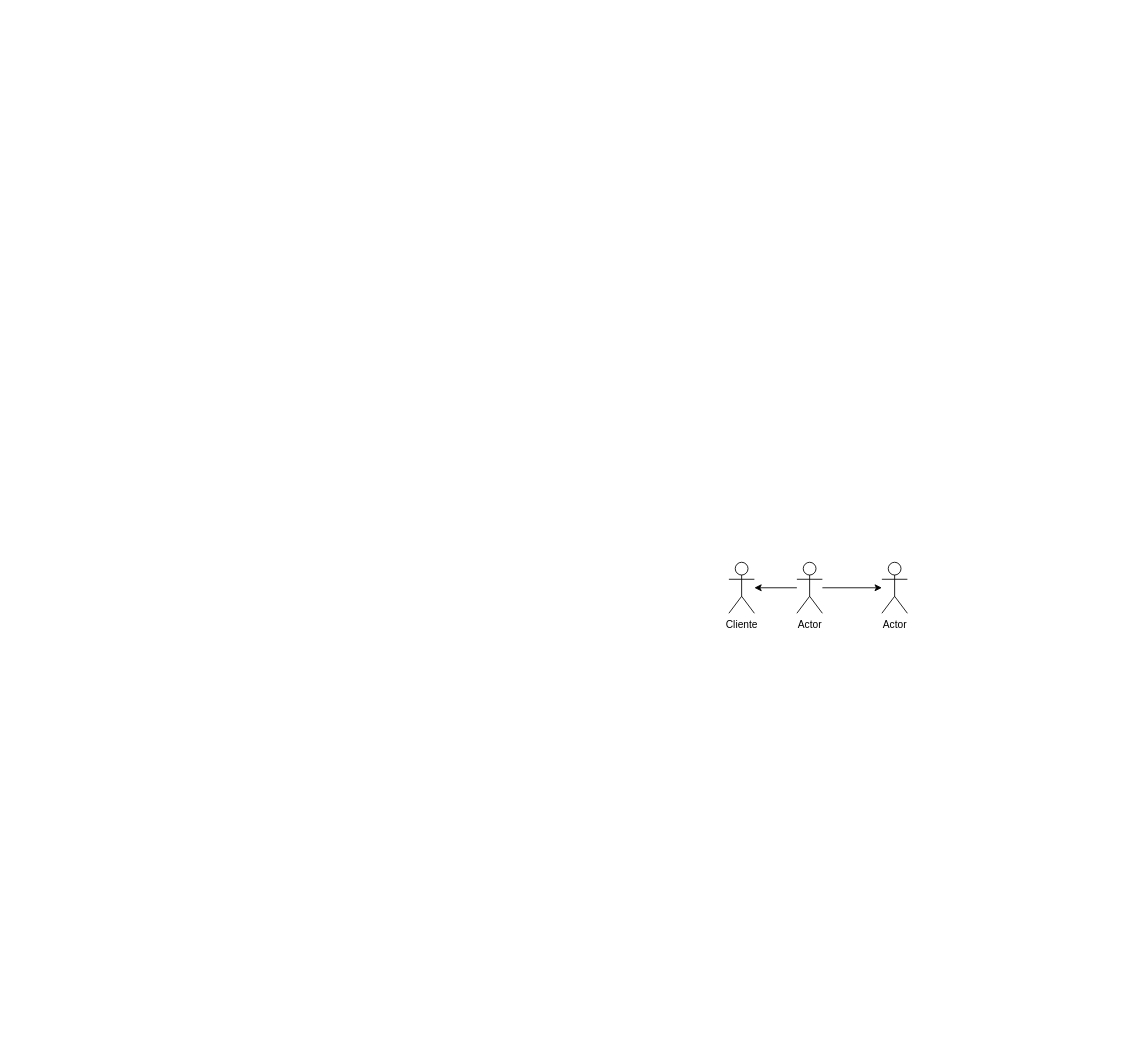
Seraphiimz/Diagrams keeps this draw.io diagram as APS1.drawio. Above is the earlier version. Source tidied: cells renumbered, new cells numbered last; positions are measured from the earlier drawing's top-left corner, leaving out a move shared by most shapes. Both pictures are drawn from the tidied source at 85%, with x=0, y=0 at pixel (728, 562).
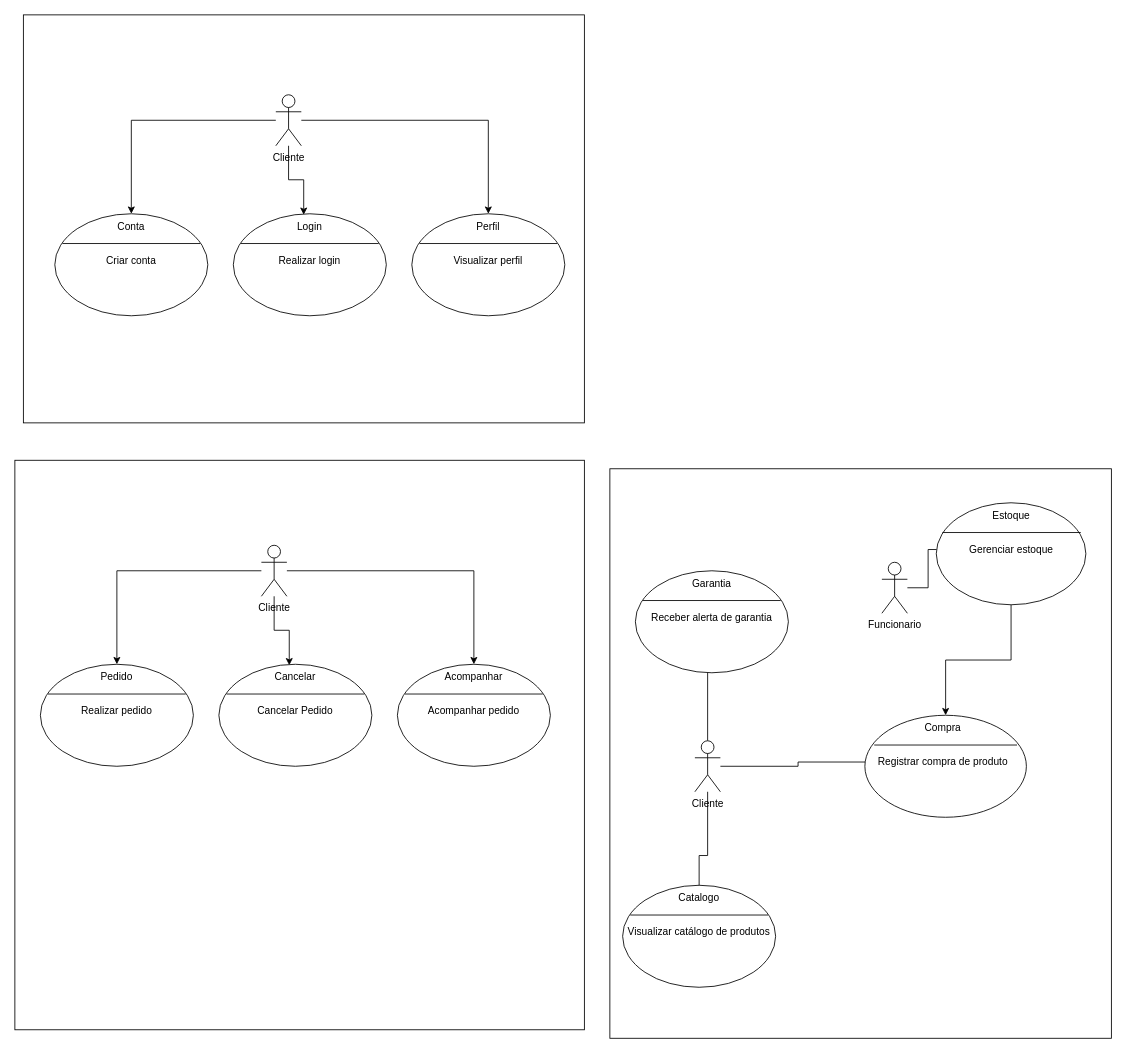
The same page after the edit.

Diff of the diagram source:
```diff
@@
+    <mxCell id="7" style="rounded=0;whiteSpace=wrap;html=1;" parent="1" vertex="1">
+      <mxGeometry x="-140" y="-110" width="590" height="670" as="geometry" />
+    </mxCell>
+    <mxCell id="8" style="edgeStyle=orthogonalEdgeStyle;rounded=0;jettySize=auto;html=1;entryX=0;entryY=0.5;entryDx=0;entryDy=0;" parent="1" edge="1" source="2" target="28">
+      <mxGeometry relative="1" as="geometry" />
+    </mxCell>
+    <mxCell id="9" style="edgeStyle=orthogonalEdgeStyle;rounded=0;jettySize=auto;html=1;" parent="1" edge="1" source="2" target="20">
+      <mxGeometry relative="1" as="geometry" />
+    </mxCell>
+    <mxCell id="10" style="edgeStyle=orthogonalEdgeStyle;rounded=0;jettySize=auto;html=1;" parent="1" edge="1" source="2" target="22">
+      <mxGeometry relative="1" as="geometry" />
+    </mxCell>
     <mxCell id="2" value="Cliente&lt;br&gt;" style="shape=umlActor;verticalLabelPosition=bottom;verticalAlign=top;html=1;" parent="1" vertex="1">
-      <mxGeometry width="30" height="60" as="geometry" />
+      <mxGeometry x="-40" y="210" width="30" height="60" as="geometry" />
     </mxCell>
-    <mxCell id="3" style="edgeStyle=orthogonalEdgeStyle;rounded=0;jettySize=auto;html=1;" parent="1" edge="1" source="5" target="2">
-      <mxGeometry relative="1" as="geometry" />
-    </mxCell>
-    <mxCell id="4" style="edgeStyle=orthogonalEdgeStyle;rounded=0;jettySize=auto;html=1;" parent="1" edge="1" source="5" target="6">
-      <mxGeometry relative="1" as="geometry" />
-    </mxCell>
-    <mxCell id="5" value="Actor" style="shape=umlActor;verticalLabelPosition=bottom;verticalAlign=top;html=1;" parent="1" vertex="1">
-      <mxGeometry x="80" width="30" height="60" as="geometry" />
-    </mxCell>
+    <mxCell id="11" style="edgeStyle=orthogonalEdgeStyle;rounded=0;jettySize=auto;html=1;" parent="1" edge="1" source="6" target="16">
+      <mxGeometry relative="1" as="geometry" />
+    </mxCell>
-    <mxCell id="6" value="Actor" style="shape=umlActor;verticalLabelPosition=bottom;verticalAlign=top;html=1;" parent="1" vertex="1">
+    <mxCell id="6" value="Funcionario" style="shape=umlActor;verticalLabelPosition=bottom;verticalAlign=top;html=1;" parent="1" vertex="1">
       <mxGeometry x="180" width="30" height="60" as="geometry" />
     </mxCell>
+    <mxCell id="12" style="edgeStyle=orthogonalEdgeStyle;rounded=0;jettySize=auto;html=1;" parent="1" edge="1" source="13" target="25">
+      <mxGeometry relative="1" as="geometry" />
+    </mxCell>
+    <mxCell id="13" style="shape=ellipse;horizontal=1;html=1;dashed=0;" parent="1" vertex="1">
+      <mxGeometry x="244" y="-70" width="176" height="120" as="geometry" />
+    </mxCell>
+    <mxCell id="14" value="Estoque" style="html=1;strokeColor=none;fillColor=none;align=center;verticalAlign=middle;whiteSpace=wrap;" parent="13" vertex="1">
+      <mxGeometry x="14.7" width="146.7" height="30" as="geometry" />
+    </mxCell>
+    <mxCell id="15" style="line;strokeWidth=1;fillColor=none;labelPosition=right;dashed=0;" parent="13" vertex="1">
+      <mxGeometry x="7.3" y="30" width="162.7" height="10" as="geometry" />
+    </mxCell>
+    <mxCell id="16" value="Gerenciar estoque" style="text;html=1;align=center;verticalAlign=middle;fillColor=none;strokeColor=none;whiteSpace=wrap;" parent="13" vertex="1">
+      <mxGeometry x="14.7" y="40" width="146.7" height="30" as="geometry" />
+    </mxCell>
+    <mxCell id="17" style="shape=ellipse;horizontal=1;html=1;dashed=0;" parent="1" vertex="1">
+      <mxGeometry x="-125" y="380" width="180" height="120" as="geometry" />
+    </mxCell>
+    <mxCell id="18" value="Catalogo" style="html=1;strokeColor=none;fillColor=none;align=center;verticalAlign=middle;whiteSpace=wrap;" parent="17" vertex="1">
+      <mxGeometry width="180" height="30" as="geometry" />
+    </mxCell>
+    <mxCell id="19" style="line;strokeWidth=1;fillColor=none;labelPosition=right;dashed=0;" parent="17" vertex="1">
+      <mxGeometry x="9" y="30" width="162" height="10" as="geometry" />
+    </mxCell>
+    <mxCell id="20" value="Visualizar catálogo de produtos" style="text;html=1;align=center;verticalAlign=middle;fillColor=none;strokeColor=none;whiteSpace=wrap;" parent="17" vertex="1">
+      <mxGeometry y="40" width="180" height="30" as="geometry" />
+    </mxCell>
+    <mxCell id="21" style="shape=ellipse;horizontal=1;html=1;dashed=0;" parent="1" vertex="1">
+      <mxGeometry x="-110" y="10" width="180" height="120" as="geometry" />
+    </mxCell>
+    <mxCell id="22" value="Garantia" style="html=1;strokeColor=none;fillColor=none;align=center;verticalAlign=middle;whiteSpace=wrap;" parent="21" vertex="1">
+      <mxGeometry width="180" height="30" as="geometry" />
+    </mxCell>
+    <mxCell id="23" style="line;strokeWidth=1;fillColor=none;labelPosition=right;dashed=0;" parent="21" vertex="1">
+      <mxGeometry x="9" y="30" width="162" height="10" as="geometry" />
+    </mxCell>
+    <mxCell id="24" value="Receber alerta de garantia" style="text;html=1;align=center;verticalAlign=middle;fillColor=none;strokeColor=none;whiteSpace=wrap;" parent="21" vertex="1">
+      <mxGeometry y="40" width="180" height="30" as="geometry" />
+    </mxCell>
+    <mxCell id="25" style="shape=ellipse;horizontal=1;html=1;dashed=0;" parent="1" vertex="1">
+      <mxGeometry x="160" y="180" width="190" height="120" as="geometry" />
+    </mxCell>
+    <mxCell id="26" value="Compra" style="html=1;strokeColor=none;fillColor=none;align=center;verticalAlign=middle;whiteSpace=wrap;" parent="25" vertex="1">
+      <mxGeometry x="12.8" width="158.3" height="30" as="geometry" />
+    </mxCell>
+    <mxCell id="27" style="line;strokeWidth=1;fillColor=none;labelPosition=right;dashed=0;" parent="25" vertex="1">
+      <mxGeometry x="11" y="30" width="168" height="10" as="geometry" />
+    </mxCell>
+    <mxCell id="28" value="Registrar compra de produto" style="text;html=1;align=center;verticalAlign=middle;fillColor=none;strokeColor=none;whiteSpace=wrap;" parent="25" vertex="1">
+      <mxGeometry x="12.8" y="40" width="158.3" height="30" as="geometry" />
+    </mxCell>
+    <mxCell id="29" style="whiteSpace=wrap;html=1;" parent="1" vertex="1">
+      <mxGeometry x="-840" y="-120" width="670" height="670" as="geometry" />
+    </mxCell>
+    <mxCell id="30" style="rounded=0;whiteSpace=wrap;html=1;" parent="1" vertex="1">
+      <mxGeometry x="-830" y="-644" width="660" height="480" as="geometry" />
+    </mxCell>
+    <mxCell id="31" style="edgeStyle=orthogonalEdgeStyle;rounded=0;jettySize=auto;html=1;" parent="1" edge="1" source="34" target="36">
+      <mxGeometry relative="1" as="geometry" />
+    </mxCell>
+    <mxCell id="32" style="edgeStyle=orthogonalEdgeStyle;rounded=0;jettySize=auto;html=1;" parent="1" edge="1" source="34" target="44">
+      <mxGeometry relative="1" as="geometry" />
+    </mxCell>
+    <mxCell id="33" style="edgeStyle=orthogonalEdgeStyle;rounded=0;jettySize=auto;html=1;entryX=0.46;entryY=0.041;entryDx=0;entryDy=0;entryPerimeter=0;" parent="1" edge="1" source="34" target="40">
+      <mxGeometry relative="1" as="geometry" />
+    </mxCell>
+    <mxCell id="34" value="Cliente" style="shape=umlActor;verticalLabelPosition=bottom;verticalAlign=top;html=1;" parent="1" vertex="1">
+      <mxGeometry x="-550" y="-20" width="30" height="60" as="geometry" />
+    </mxCell>
+    <mxCell id="35" style="shape=ellipse;horizontal=1;html=1;dashed=0;" parent="1" vertex="1">
+      <mxGeometry x="-810" y="120" width="180" height="120" as="geometry" />
+    </mxCell>
+    <mxCell id="36" value="Pedido" style="html=1;strokeColor=none;fillColor=none;align=center;verticalAlign=middle;whiteSpace=wrap;" parent="35" vertex="1">
+      <mxGeometry width="180" height="30" as="geometry" />
+    </mxCell>
+    <mxCell id="37" style="line;strokeWidth=1;fillColor=none;labelPosition=right;dashed=0;" parent="35" vertex="1">
+      <mxGeometry x="9" y="30" width="162" height="10" as="geometry" />
+    </mxCell>
+    <mxCell id="38" value="Realizar pedido" style="text;html=1;align=center;verticalAlign=middle;fillColor=none;strokeColor=none;whiteSpace=wrap;" parent="35" vertex="1">
+      <mxGeometry y="40" width="180" height="30" as="geometry" />
+    </mxCell>
+    <mxCell id="39" style="shape=ellipse;horizontal=1;html=1;dashed=0;" parent="1" vertex="1">
+      <mxGeometry x="-600" y="120" width="180" height="120" as="geometry" />
+    </mxCell>
+    <mxCell id="40" value="Cancelar" style="html=1;strokeColor=none;fillColor=none;align=center;verticalAlign=middle;whiteSpace=wrap;" parent="39" vertex="1">
+      <mxGeometry width="180" height="30" as="geometry" />
+    </mxCell>
+    <mxCell id="41" style="line;strokeWidth=1;fillColor=none;labelPosition=right;dashed=0;" parent="39" vertex="1">
+      <mxGeometry x="9" y="30" width="162" height="10" as="geometry" />
+    </mxCell>
+    <mxCell id="42" value="Cancelar Pedido" style="text;html=1;align=center;verticalAlign=middle;fillColor=none;strokeColor=none;whiteSpace=wrap;" parent="39" vertex="1">
+      <mxGeometry y="40" width="180" height="30" as="geometry" />
+    </mxCell>
+    <mxCell id="43" style="shape=ellipse;horizontal=1;html=1;dashed=0;" parent="1" vertex="1">
+      <mxGeometry x="-390" y="120" width="180" height="120" as="geometry" />
+    </mxCell>
+    <mxCell id="44" value="Acompanhar" style="html=1;strokeColor=none;fillColor=none;align=center;verticalAlign=middle;whiteSpace=wrap;" parent="43" vertex="1">
+      <mxGeometry width="180" height="30" as="geometry" />
+    </mxCell>
+    <mxCell id="45" style="line;strokeWidth=1;fillColor=none;labelPosition=right;dashed=0;" parent="43" vertex="1">
+      <mxGeometry x="9" y="30" width="162" height="10" as="geometry" />
+    </mxCell>
+    <mxCell id="46" value="Acompanhar pedido" style="text;html=1;align=center;verticalAlign=middle;fillColor=none;strokeColor=none;whiteSpace=wrap;" parent="43" vertex="1">
+      <mxGeometry y="40" width="180" height="30" as="geometry" />
+    </mxCell>
+    <mxCell id="47" style="edgeStyle=orthogonalEdgeStyle;rounded=0;jettySize=auto;html=1;" parent="1" edge="1" source="50" target="52">
+      <mxGeometry relative="1" as="geometry" />
+    </mxCell>
+    <mxCell id="48" style="edgeStyle=orthogonalEdgeStyle;rounded=0;jettySize=auto;html=1;" parent="1" edge="1" source="50" target="60">
+      <mxGeometry relative="1" as="geometry" />
+    </mxCell>
+    <mxCell id="49" style="edgeStyle=orthogonalEdgeStyle;rounded=0;jettySize=auto;html=1;entryX=0.46;entryY=0.041;entryDx=0;entryDy=0;entryPerimeter=0;" parent="1" edge="1" source="50" target="56">
+      <mxGeometry relative="1" as="geometry" />
+    </mxCell>
+    <mxCell id="50" value="Cliente" style="shape=umlActor;verticalLabelPosition=bottom;verticalAlign=top;html=1;" parent="1" vertex="1">
+      <mxGeometry x="-533" y="-550" width="30" height="60" as="geometry" />
+    </mxCell>
+    <mxCell id="51" style="shape=ellipse;horizontal=1;html=1;dashed=0;" parent="1" vertex="1">
+      <mxGeometry x="-793" y="-410" width="180" height="120" as="geometry" />
+    </mxCell>
+    <mxCell id="52" value="Conta" style="html=1;strokeColor=none;fillColor=none;align=center;verticalAlign=middle;whiteSpace=wrap;" parent="51" vertex="1">
+      <mxGeometry width="180" height="30" as="geometry" />
+    </mxCell>
+    <mxCell id="53" style="line;strokeWidth=1;fillColor=none;labelPosition=right;dashed=0;" parent="51" vertex="1">
+      <mxGeometry x="9" y="30" width="162" height="10" as="geometry" />
+    </mxCell>
+    <mxCell id="54" value="Criar conta" style="text;html=1;align=center;verticalAlign=middle;fillColor=none;strokeColor=none;whiteSpace=wrap;" parent="51" vertex="1">
+      <mxGeometry y="40" width="180" height="30" as="geometry" />
+    </mxCell>
+    <mxCell id="55" style="shape=ellipse;horizontal=1;html=1;dashed=0;" parent="1" vertex="1">
+      <mxGeometry x="-583" y="-410" width="180" height="120" as="geometry" />
+    </mxCell>
+    <mxCell id="56" value="Login" style="html=1;strokeColor=none;fillColor=none;align=center;verticalAlign=middle;whiteSpace=wrap;" parent="55" vertex="1">
+      <mxGeometry width="180" height="30" as="geometry" />
+    </mxCell>
+    <mxCell id="57" style="line;strokeWidth=1;fillColor=none;labelPosition=right;dashed=0;" parent="55" vertex="1">
+      <mxGeometry x="9" y="30" width="162" height="10" as="geometry" />
+    </mxCell>
+    <mxCell id="58" value="Realizar login" style="text;html=1;align=center;verticalAlign=middle;fillColor=none;strokeColor=none;whiteSpace=wrap;" parent="55" vertex="1">
+      <mxGeometry y="40" width="180" height="30" as="geometry" />
+    </mxCell>
+    <mxCell id="59" style="shape=ellipse;horizontal=1;html=1;dashed=0;" parent="1" vertex="1">
+      <mxGeometry x="-373" y="-410" width="180" height="120" as="geometry" />
+    </mxCell>
+    <mxCell id="60" value="Perfil" style="html=1;strokeColor=none;fillColor=none;align=center;verticalAlign=middle;whiteSpace=wrap;" parent="59" vertex="1">
+      <mxGeometry width="180" height="30" as="geometry" />
+    </mxCell>
+    <mxCell id="61" style="line;strokeWidth=1;fillColor=none;labelPosition=right;dashed=0;" parent="59" vertex="1">
+      <mxGeometry x="9" y="30" width="162" height="10" as="geometry" />
+    </mxCell>
+    <mxCell id="62" value="Visualizar perfil" style="text;html=1;align=center;verticalAlign=middle;fillColor=none;strokeColor=none;whiteSpace=wrap;" parent="59" vertex="1">
+      <mxGeometry y="40" width="180" height="30" as="geometry" />
+    </mxCell>
```
